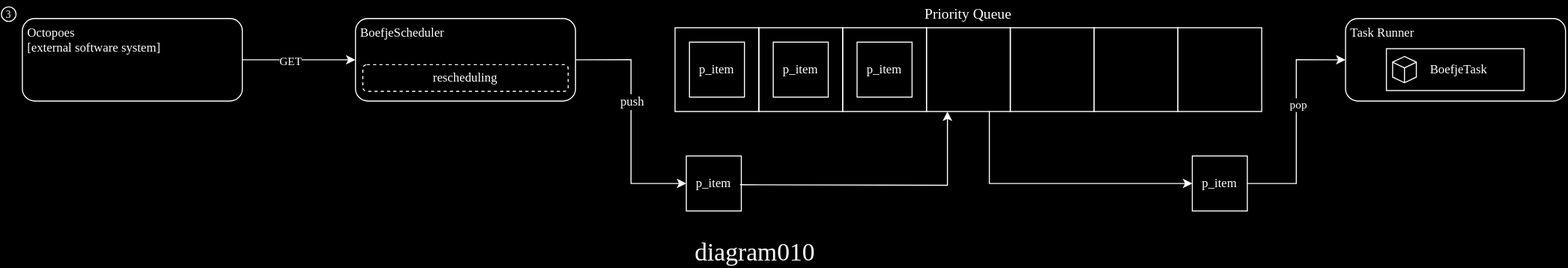
Above: mula/docs/img/diagram010.svg in minvws/nl-kat-coordination (draw.io), before the change. Source tidied: cells renumbered, new cells last; positions are measured from the earlier drawing's top-left corner, leaving out a move shared by most shapes.
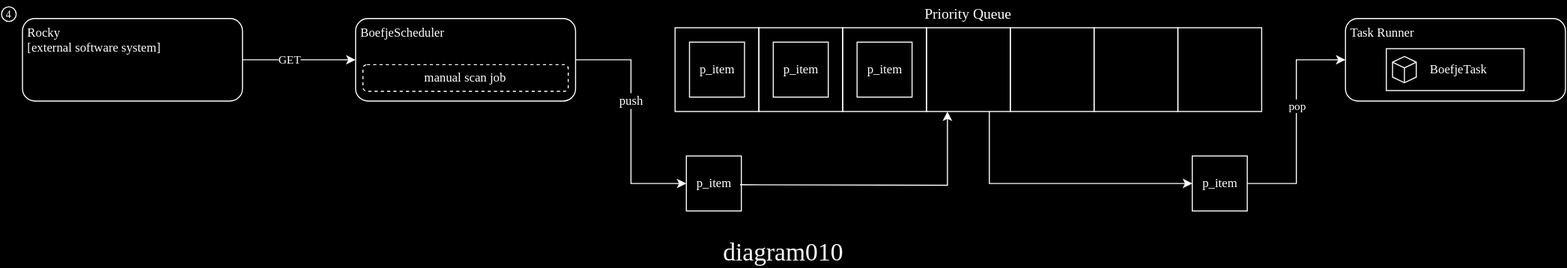
Later version of the same file.

What changed in the source:
```diff
@@ -3,7 +3,7 @@
     <mxCell id="0" />
     <mxCell id="1" parent="0" />
     <mxCell id="2" value="&lt;font face=&quot;Hack&quot; style=&quot;font-size: 24px;&quot;&gt;diagram010&lt;br&gt;&lt;/font&gt;" style="text;html=1;strokeColor=none;fillColor=none;align=center;verticalAlign=middle;whiteSpace=wrap;rounded=0;fontSize=24;" parent="1" vertex="1">
-      <mxGeometry x="628.9" y="226" width="181.3" height="30" as="geometry" />
+      <mxGeometry x="655.9" y="226" width="181.3" height="30" as="geometry" />
     </mxCell>
     <mxCell id="3" style="group;" parent="1" vertex="1">
       <mxGeometry width="1493" height="201" as="geometry" />
@@ -88,7 +88,7 @@
     <mxCell id="29" value="&amp;nbsp;BoefjeScheduler" style="rounded=1;align=left;verticalAlign=top;labelBackgroundColor=none;whiteSpace=wrap;html=1;labelBorderColor=none;fillStyle=auto;fillColor=none;fontFamily=Hack;fontSource=https%3A%2F%2Ffonts.googleapis.com%2Fcss%3Ffamily%3DHack;" parent="3" vertex="1">
       <mxGeometry x="338" y="17.2" width="210" height="78.8" as="geometry" />
     </mxCell>
-    <mxCell id="30" value="rescheduling" style="rounded=1;whiteSpace=wrap;html=1;fillColor=none;dashed=1;fontFamily=Hack;fontSource=https%3A%2F%2Ffonts.googleapis.com%2Fcss%3Ffamily%3DHack;" parent="3" vertex="1">
+    <mxCell id="30" value="manual scan job" style="rounded=1;whiteSpace=wrap;html=1;fillColor=none;dashed=1;fontFamily=Hack;fontSource=https%3A%2F%2Ffonts.googleapis.com%2Fcss%3Ffamily%3DHack;" parent="3" vertex="1">
       <mxGeometry x="345" y="61.2" width="196" height="25.5" as="geometry" />
     </mxCell>
     <mxCell id="31" style="edgeStyle=orthogonalEdgeStyle;rounded=0;jettySize=auto;html=1;exitX=1;exitY=0.5;exitDx=0;exitDy=0;entryX=0;entryY=0.5;entryDx=0;entryDy=0;" parent="3" edge="1" source="33" target="29">
@@ -97,10 +97,10 @@
     <mxCell id="32" value="&lt;font face=&quot;Hack&quot;&gt;GET&lt;/font&gt;" style="edgeLabel;html=1;align=center;verticalAlign=middle;" parent="31" vertex="1">
       <mxGeometry x="-0.17" relative="1" as="geometry" />
     </mxCell>
-    <mxCell id="33" value="&lt;font face=&quot;Hack&quot;&gt;&amp;nbsp;Octopoes&lt;br&gt;&amp;nbsp;[external software system]&lt;br&gt;&lt;/font&gt;" style="rounded=1;whiteSpace=wrap;html=1;align=left;verticalAlign=top;fillColor=none;" parent="3" vertex="1">
+    <mxCell id="33" value="&lt;font face=&quot;Hack&quot;&gt;&amp;nbsp;Rocky&lt;br&gt;&amp;nbsp;[external software system]&lt;br&gt;&lt;/font&gt;" style="rounded=1;whiteSpace=wrap;html=1;align=left;verticalAlign=top;fillColor=none;" parent="3" vertex="1">
       <mxGeometry x="20" y="17.2" width="210" height="78.8" as="geometry" />
     </mxCell>
-    <mxCell id="34" value="&lt;font face=&quot;Hack&quot; style=&quot;font-size: 10px;&quot;&gt;3&lt;/font&gt;" style="ellipse;whiteSpace=wrap;html=1;fillColor=none;" parent="3" vertex="1">
+    <mxCell id="34" value="&lt;font face=&quot;Hack&quot; style=&quot;font-size: 10px;&quot;&gt;4&lt;/font&gt;" style="ellipse;whiteSpace=wrap;html=1;fillColor=none;" parent="3" vertex="1">
       <mxGeometry y="6" width="14" height="14" as="geometry" />
     </mxCell>
   </root>
```
